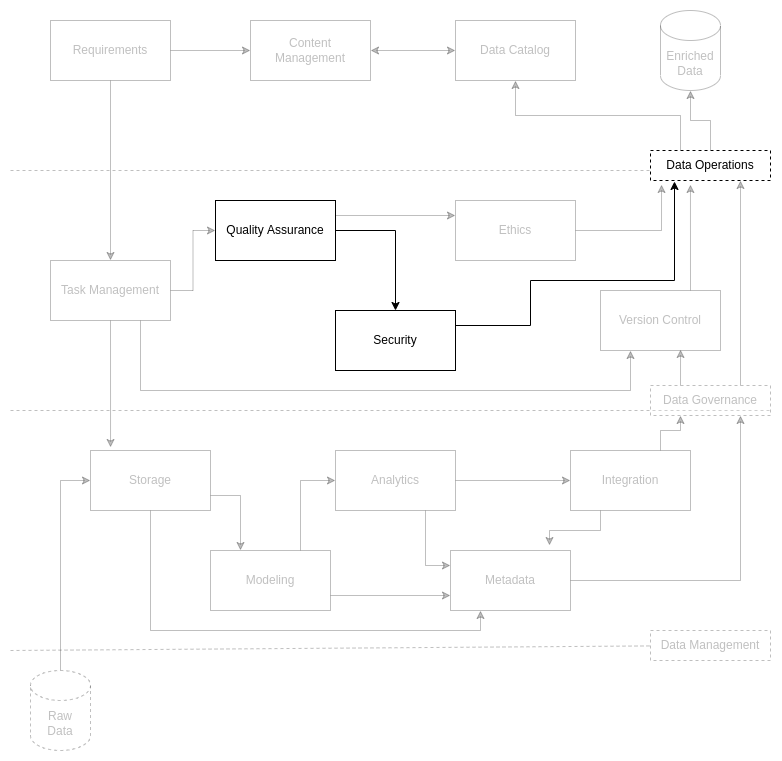
The draw.io diagram docs/source/static/images/do_overview_sec.png in CertusGroup/ciutshi, before a commit. Source tidied: cells renumbered, new cells last; positions are measured from the earlier drawing's top-left corner, leaving out a move shared by most shapes.
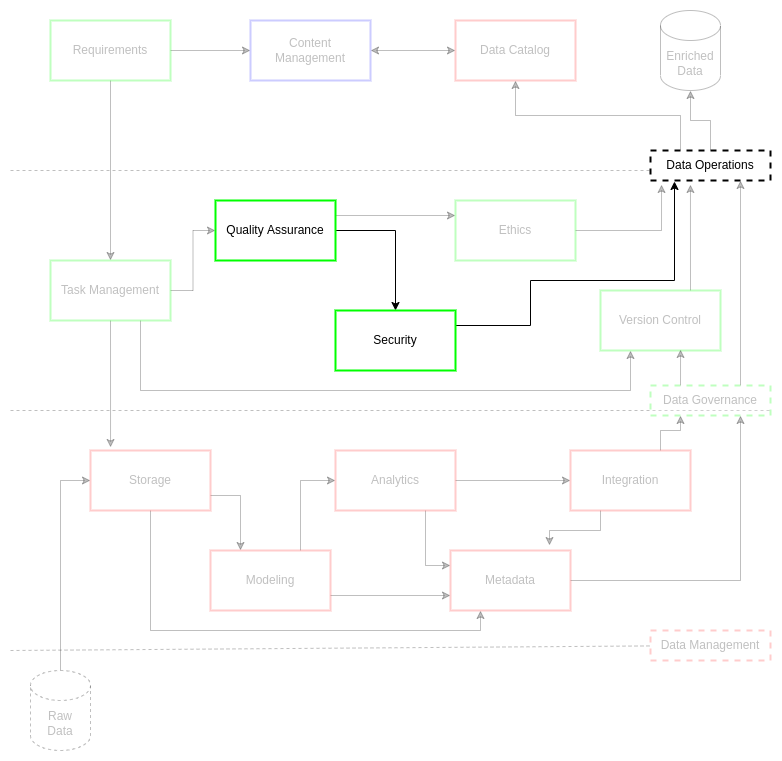
After the commit.

The edit, as a diff of the source:
```diff
@@ -20,7 +20,7 @@
     <mxCell id="5" style="edgeStyle=orthogonalEdgeStyle;rounded=0;jettySize=auto;html=1;exitX=0.5;exitY=1;exitDx=0;exitDy=0;entryX=0.25;entryY=1;entryDx=0;entryDy=0;opacity=25;textOpacity=25;" parent="1" edge="1" source="6" target="14">
       <mxGeometry relative="1" as="geometry" />
     </mxCell>
-    <mxCell id="6" value="Storage" style="rounded=0;whiteSpace=wrap;html=1;opacity=25;textOpacity=25;" parent="1" vertex="1">
+    <mxCell id="6" value="Storage" style="rounded=0;whiteSpace=wrap;html=1;strokeWidth=2;strokeColor=#FF3333;opacity=25;textOpacity=25;" parent="1" vertex="1">
       <mxGeometry x="80" y="440" width="120" height="60" as="geometry" />
     </mxCell>
     <mxCell id="7" style="edgeStyle=orthogonalEdgeStyle;rounded=0;jettySize=auto;html=1;exitX=0.75;exitY=0;exitDx=0;exitDy=0;entryX=0;entryY=0.5;entryDx=0;entryDy=0;opacity=25;textOpacity=25;" parent="1" edge="1" source="9" target="12">
@@ -29,7 +29,7 @@
     <mxCell id="8" style="edgeStyle=orthogonalEdgeStyle;rounded=0;jettySize=auto;html=1;exitX=1;exitY=0.75;exitDx=0;exitDy=0;entryX=0;entryY=0.75;entryDx=0;entryDy=0;opacity=25;textOpacity=25;" parent="1" edge="1" source="9" target="14">
       <mxGeometry relative="1" as="geometry" />
     </mxCell>
-    <mxCell id="9" value="Modeling" style="rounded=0;whiteSpace=wrap;html=1;opacity=25;textOpacity=25;" parent="1" vertex="1">
+    <mxCell id="9" value="Modeling" style="rounded=0;whiteSpace=wrap;html=1;strokeWidth=2;strokeColor=#FF3333;opacity=25;textOpacity=25;" parent="1" vertex="1">
       <mxGeometry x="200" y="540" width="120" height="60" as="geometry" />
     </mxCell>
     <mxCell id="10" style="edgeStyle=orthogonalEdgeStyle;rounded=0;jettySize=auto;html=1;exitX=1;exitY=0.5;exitDx=0;exitDy=0;entryX=0;entryY=0.5;entryDx=0;entryDy=0;opacity=25;textOpacity=25;" parent="1" edge="1" source="12" target="17">
@@ -38,13 +38,13 @@
     <mxCell id="11" style="edgeStyle=orthogonalEdgeStyle;rounded=0;jettySize=auto;html=1;exitX=0.75;exitY=1;exitDx=0;exitDy=0;entryX=0;entryY=0.25;entryDx=0;entryDy=0;opacity=25;textOpacity=25;" parent="1" edge="1" source="12" target="14">
       <mxGeometry relative="1" as="geometry" />
     </mxCell>
-    <mxCell id="12" value="Analytics" style="rounded=0;whiteSpace=wrap;html=1;opacity=25;textOpacity=25;" parent="1" vertex="1">
+    <mxCell id="12" value="Analytics" style="rounded=0;whiteSpace=wrap;html=1;strokeWidth=2;strokeColor=#FF3333;opacity=25;textOpacity=25;" parent="1" vertex="1">
       <mxGeometry x="325" y="440" width="120" height="60" as="geometry" />
     </mxCell>
     <mxCell id="13" style="edgeStyle=orthogonalEdgeStyle;rounded=0;jettySize=auto;html=1;exitX=1;exitY=0.5;exitDx=0;exitDy=0;entryX=0.75;entryY=1;entryDx=0;entryDy=0;opacity=25;textOpacity=25;" parent="1" edge="1" source="14" target="38">
       <mxGeometry relative="1" as="geometry" />
     </mxCell>
-    <mxCell id="14" value="Metadata" style="rounded=0;whiteSpace=wrap;html=1;opacity=25;textOpacity=25;" parent="1" vertex="1">
+    <mxCell id="14" value="Metadata" style="rounded=0;whiteSpace=wrap;html=1;strokeWidth=2;strokeColor=#FF3333;opacity=25;textOpacity=25;" parent="1" vertex="1">
       <mxGeometry x="440" y="540" width="120" height="60" as="geometry" />
     </mxCell>
     <mxCell id="15" style="edgeStyle=orthogonalEdgeStyle;rounded=0;jettySize=auto;html=1;exitX=0.25;exitY=1;exitDx=0;exitDy=0;entryX=0.825;entryY=-0.083;entryDx=0;entryDy=0;entryPerimeter=0;opacity=25;textOpacity=25;" parent="1" edge="1" source="17" target="14">
@@ -53,10 +53,10 @@
     <mxCell id="16" style="edgeStyle=orthogonalEdgeStyle;rounded=0;jettySize=auto;html=1;exitX=0.75;exitY=0;exitDx=0;exitDy=0;entryX=0.25;entryY=1;entryDx=0;entryDy=0;opacity=25;textOpacity=25;" parent="1" edge="1" source="17" target="38">
       <mxGeometry relative="1" as="geometry" />
     </mxCell>
-    <mxCell id="17" value="Integration" style="rounded=0;whiteSpace=wrap;html=1;opacity=25;textOpacity=25;" parent="1" vertex="1">
+    <mxCell id="17" value="Integration" style="rounded=0;whiteSpace=wrap;html=1;strokeWidth=2;strokeColor=#FF3333;opacity=25;textOpacity=25;" parent="1" vertex="1">
       <mxGeometry x="560" y="440" width="120" height="60" as="geometry" />
     </mxCell>
-    <mxCell id="18" value="Data Catalog&lt;br&gt;" style="rounded=0;whiteSpace=wrap;html=1;opacity=25;textOpacity=25;" parent="1" vertex="1">
+    <mxCell id="18" value="Data Catalog&lt;br&gt;" style="rounded=0;whiteSpace=wrap;html=1;strokeWidth=2;strokeColor=#FF3333;opacity=25;textOpacity=25;" parent="1" vertex="1">
       <mxGeometry x="445" y="10" width="120" height="60" as="geometry" />
     </mxCell>
     <mxCell id="19" style="edgeStyle=orthogonalEdgeStyle;rounded=0;jettySize=auto;html=1;exitX=0.5;exitY=1;exitDx=0;exitDy=0;entryX=0.5;entryY=0;entryDx=0;entryDy=0;opacity=25;textOpacity=25;" parent="1" edge="1" source="21" target="25">
@@ -65,7 +65,7 @@
     <mxCell id="20" style="edgeStyle=orthogonalEdgeStyle;rounded=0;jettySize=auto;html=1;exitX=1;exitY=0.5;exitDx=0;exitDy=0;entryX=0;entryY=0.5;entryDx=0;entryDy=0;opacity=25;textOpacity=25;" parent="1" edge="1" source="21" target="48">
       <mxGeometry relative="1" as="geometry" />
     </mxCell>
-    <mxCell id="21" value="Requirements" style="rounded=0;whiteSpace=wrap;html=1;opacity=25;textOpacity=25;" parent="1" vertex="1">
+    <mxCell id="21" value="Requirements" style="rounded=0;whiteSpace=wrap;html=1;strokeColor=#00FF00;strokeWidth=2;opacity=25;textOpacity=25;" parent="1" vertex="1">
       <mxGeometry x="40" y="10" width="120" height="60" as="geometry" />
     </mxCell>
     <mxCell id="22" style="edgeStyle=orthogonalEdgeStyle;rounded=0;jettySize=auto;html=1;exitX=1;exitY=0.5;exitDx=0;exitDy=0;entryX=0;entryY=0.5;entryDx=0;entryDy=0;opacity=25;textOpacity=25;" parent="1" edge="1" source="25" target="28">
@@ -82,7 +82,7 @@
     <mxCell id="24" style="edgeStyle=orthogonalEdgeStyle;rounded=0;jettySize=auto;html=1;exitX=0.5;exitY=1;exitDx=0;exitDy=0;entryX=0.167;entryY=-0.05;entryDx=0;entryDy=0;entryPerimeter=0;opacity=25;textOpacity=25;" parent="1" edge="1" source="25" target="6">
       <mxGeometry relative="1" as="geometry" />
     </mxCell>
-    <mxCell id="25" value="Task Management" style="rounded=0;whiteSpace=wrap;html=1;opacity=25;textOpacity=25;" parent="1" vertex="1">
+    <mxCell id="25" value="Task Management" style="rounded=0;whiteSpace=wrap;html=1;strokeColor=#00FF00;strokeWidth=2;opacity=25;textOpacity=25;" parent="1" vertex="1">
       <mxGeometry x="40" y="250" width="120" height="60" as="geometry" />
     </mxCell>
     <mxCell id="26" style="edgeStyle=orthogonalEdgeStyle;rounded=0;jettySize=auto;html=1;exitX=1;exitY=0.5;exitDx=0;exitDy=0;entryX=0.5;entryY=0;entryDx=0;entryDy=0;" parent="1" edge="1" source="28" target="30">
@@ -91,7 +91,7 @@
     <mxCell id="27" style="edgeStyle=orthogonalEdgeStyle;rounded=0;jettySize=auto;html=1;exitX=1;exitY=0.25;exitDx=0;exitDy=0;entryX=0;entryY=0.25;entryDx=0;entryDy=0;opacity=25;textOpacity=25;" parent="1" edge="1" source="28" target="34">
       <mxGeometry relative="1" as="geometry" />
     </mxCell>
-    <mxCell id="28" value="Quality Assurance" style="rounded=0;whiteSpace=wrap;html=1;" parent="1" vertex="1">
+    <mxCell id="28" value="Quality Assurance" style="rounded=0;whiteSpace=wrap;html=1;strokeColor=#00FF00;strokeWidth=2;" parent="1" vertex="1">
       <mxGeometry x="205" y="190" width="120" height="60" as="geometry" />
     </mxCell>
     <mxCell id="29" style="edgeStyle=orthogonalEdgeStyle;rounded=0;jettySize=auto;html=1;exitX=1;exitY=0.25;exitDx=0;exitDy=0;entryX=0.2;entryY=1.033;entryDx=0;entryDy=0;entryPerimeter=0;" parent="1" edge="1" source="30" target="41">
@@ -103,19 +103,19 @@
         </Array>
       </mxGeometry>
     </mxCell>
-    <mxCell id="30" value="Security" style="rounded=0;whiteSpace=wrap;html=1;" parent="1" vertex="1">
+    <mxCell id="30" value="Security" style="rounded=0;whiteSpace=wrap;html=1;strokeColor=#00FF00;strokeWidth=2;" parent="1" vertex="1">
       <mxGeometry x="325" y="300" width="120" height="60" as="geometry" />
     </mxCell>
     <mxCell id="31" style="edgeStyle=orthogonalEdgeStyle;rounded=0;jettySize=auto;html=1;exitX=0.75;exitY=0;exitDx=0;exitDy=0;entryX=0.333;entryY=1.133;entryDx=0;entryDy=0;entryPerimeter=0;opacity=25;textOpacity=25;" parent="1" edge="1" source="32" target="41">
       <mxGeometry relative="1" as="geometry" />
     </mxCell>
-    <mxCell id="32" value="Version Control" style="rounded=0;whiteSpace=wrap;html=1;opacity=25;textOpacity=25;" parent="1" vertex="1">
+    <mxCell id="32" value="Version Control" style="rounded=0;whiteSpace=wrap;html=1;strokeColor=#00FF00;strokeWidth=2;opacity=25;textOpacity=25;" parent="1" vertex="1">
       <mxGeometry x="590" y="280" width="120" height="60" as="geometry" />
     </mxCell>
     <mxCell id="33" style="edgeStyle=orthogonalEdgeStyle;rounded=0;jettySize=auto;html=1;exitX=1;exitY=0.5;exitDx=0;exitDy=0;entryX=0.092;entryY=1.133;entryDx=0;entryDy=0;entryPerimeter=0;opacity=25;textOpacity=25;" parent="1" edge="1" source="34" target="41">
       <mxGeometry relative="1" as="geometry" />
     </mxCell>
-    <mxCell id="34" value="Ethics" style="rounded=0;whiteSpace=wrap;html=1;opacity=25;textOpacity=25;" parent="1" vertex="1">
+    <mxCell id="34" value="Ethics" style="rounded=0;whiteSpace=wrap;html=1;strokeColor=#00FF00;strokeWidth=2;opacity=25;textOpacity=25;" parent="1" vertex="1">
       <mxGeometry x="445" y="190" width="120" height="60" as="geometry" />
     </mxCell>
     <mxCell id="35" style="endArrow=none;dashed=1;html=1;rounded=0;startArrow=none;opacity=25;textOpacity=25;" parent="1" edge="1" source="45">
@@ -129,7 +129,7 @@
     <mxCell id="37" style="edgeStyle=orthogonalEdgeStyle;rounded=0;jettySize=auto;html=1;exitX=0.75;exitY=0;exitDx=0;exitDy=0;entryX=0.75;entryY=1;entryDx=0;entryDy=0;opacity=25;textOpacity=25;" parent="1" edge="1" source="38" target="41">
       <mxGeometry relative="1" as="geometry" />
     </mxCell>
-    <mxCell id="38" value="Data Governance" style="rounded=0;whiteSpace=wrap;html=1;dashed=1;opacity=25;textOpacity=25;" parent="1" vertex="1">
+    <mxCell id="38" value="Data Governance" style="rounded=0;whiteSpace=wrap;html=1;dashed=1;strokeColor=#00FF00;strokeWidth=2;opacity=25;textOpacity=25;" parent="1" vertex="1">
       <mxGeometry x="640" y="375" width="120" height="30" as="geometry" />
     </mxCell>
     <mxCell id="39" style="edgeStyle=orthogonalEdgeStyle;rounded=0;jettySize=auto;html=1;exitX=0.5;exitY=0;exitDx=0;exitDy=0;entryX=0.5;entryY=1;entryDx=0;entryDy=0;entryPerimeter=0;opacity=25;textOpacity=25;" parent="1" edge="1" source="41" target="44">
@@ -138,7 +138,7 @@
     <mxCell id="40" style="edgeStyle=orthogonalEdgeStyle;rounded=0;jettySize=auto;html=1;exitX=0.25;exitY=0;exitDx=0;exitDy=0;entryX=0.5;entryY=1;entryDx=0;entryDy=0;opacity=25;textOpacity=25;" parent="1" edge="1" source="41" target="18">
       <mxGeometry relative="1" as="geometry" />
     </mxCell>
-    <mxCell id="41" value="Data Operations" style="rounded=0;whiteSpace=wrap;html=1;dashed=1;" parent="1" vertex="1">
+    <mxCell id="41" value="Data Operations" style="rounded=0;whiteSpace=wrap;html=1;dashed=1;strokeWidth=2;" parent="1" vertex="1">
       <mxGeometry x="640" y="140" width="120" height="30" as="geometry" />
     </mxCell>
     <mxCell id="42" style="edgeStyle=orthogonalEdgeStyle;rounded=0;jettySize=auto;html=1;exitX=0.5;exitY=0;exitDx=0;exitDy=0;exitPerimeter=0;entryX=0;entryY=0.5;entryDx=0;entryDy=0;opacity=25;textOpacity=25;" parent="1" edge="1" source="43" target="6">
@@ -150,7 +150,7 @@
     <mxCell id="44" value="Enriched&lt;br&gt;Data" style="shape=cylinder3;whiteSpace=wrap;html=1;boundedLbl=1;backgroundOutline=1;size=15;opacity=25;textOpacity=25;" parent="1" vertex="1">
       <mxGeometry x="650" width="60" height="80" as="geometry" />
     </mxCell>
-    <mxCell id="45" value="Data Management&lt;br&gt;" style="rounded=0;whiteSpace=wrap;html=1;dashed=1;opacity=25;textOpacity=25;" parent="1" vertex="1">
+    <mxCell id="45" value="Data Management&lt;br&gt;" style="rounded=0;whiteSpace=wrap;html=1;dashed=1;strokeWidth=2;strokeColor=#FF3333;opacity=25;textOpacity=25;" parent="1" vertex="1">
       <mxGeometry x="640" y="620" width="120" height="30" as="geometry" />
     </mxCell>
     <mxCell id="46" style="endArrow=none;dashed=1;html=1;rounded=0;opacity=25;textOpacity=25;" parent="1" edge="1" target="45">
@@ -161,7 +161,7 @@
     <mxCell id="47" style="edgeStyle=orthogonalEdgeStyle;rounded=0;jettySize=auto;html=1;exitX=1;exitY=0.5;exitDx=0;exitDy=0;entryX=0;entryY=0.5;entryDx=0;entryDy=0;startArrow=classic;startFill=1;opacity=25;textOpacity=25;" parent="1" edge="1" source="48" target="18">
       <mxGeometry relative="1" as="geometry" />
     </mxCell>
-    <mxCell id="48" value="Content&lt;br&gt;Management" style="rounded=0;whiteSpace=wrap;html=1;opacity=25;textOpacity=25;" parent="1" vertex="1">
+    <mxCell id="48" value="Content&lt;br&gt;Management" style="rounded=0;whiteSpace=wrap;html=1;strokeColor=#3333FF;strokeWidth=2;opacity=25;textOpacity=25;" parent="1" vertex="1">
       <mxGeometry x="240" y="10" width="120" height="60" as="geometry" />
     </mxCell>
   </root>
```
